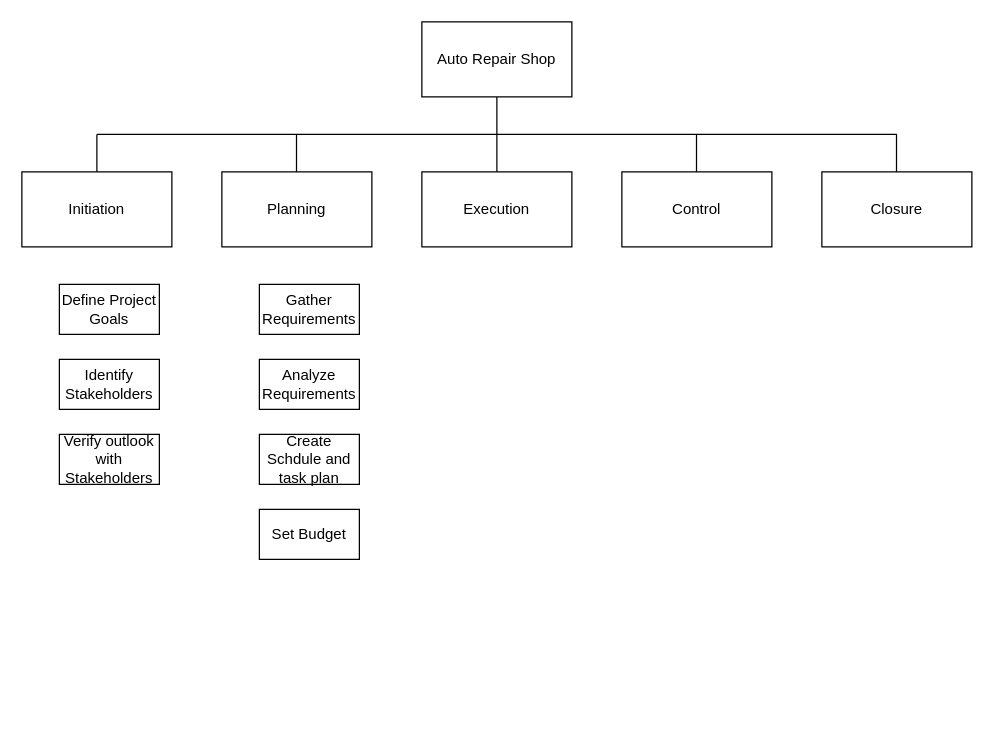
DylanBriSmith/4313Drawings keeps this draw.io diagram as Untitled Diagram.drawio. Above is the earlier version. Source tidied: cells renumbered, new cells numbered last; positions are measured from the earlier drawing's top-left corner, leaving out a move shared by most shapes. Both pictures are drawn from the tidied source at 125%, with x=0, y=0 at pixel (21, 21).
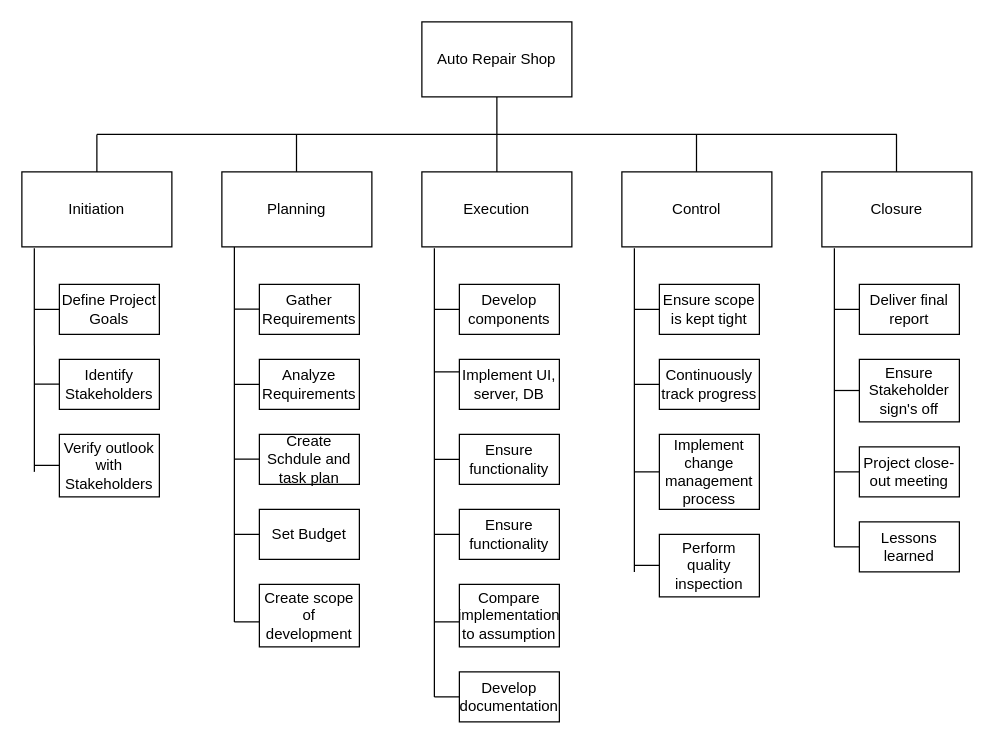
The same page after the edit.

The change refers to these unchanged cells:
```xml
<mxCell id="3" value="Initiation" style="rounded=0;whiteSpace=wrap;html=1;" parent="1" vertex="1">
  <mxGeometry y="120" width="120" height="60" as="geometry" />
</mxCell>
<mxCell id="15" value="Define Project Goals" style="rounded=0;whiteSpace=wrap;html=1;" parent="1" vertex="1">
  <mxGeometry x="30" y="210" width="80" height="40" as="geometry" />
</mxCell>
```

Change to the diagram source:
```diff
@@
     <mxCell id="21" value="Verify outlook with Stakeholders" style="rounded=0;whiteSpace=wrap;html=1;" parent="1" vertex="1">
-      <mxGeometry x="30" y="330" width="80" height="40" as="geometry" />
+      <mxGeometry x="30" y="330" width="80" height="50" as="geometry" />
     </mxCell>
+    <mxCell id="22" value="Create scope of development" style="rounded=0;whiteSpace=wrap;html=1;" parent="1" vertex="1">
+      <mxGeometry x="190" y="450" width="80" height="50" as="geometry" />
+    </mxCell>
+    <mxCell id="23" value="Develop components" style="rounded=0;whiteSpace=wrap;html=1;" parent="1" vertex="1">
+      <mxGeometry x="350" y="210" width="80" height="40" as="geometry" />
+    </mxCell>
+    <mxCell id="24" value="Implement UI, server, DB" style="rounded=0;whiteSpace=wrap;html=1;" parent="1" vertex="1">
+      <mxGeometry x="350" y="270" width="80" height="40" as="geometry" />
+    </mxCell>
+    <mxCell id="25" value="Ensure functionality" style="rounded=0;whiteSpace=wrap;html=1;" parent="1" vertex="1">
+      <mxGeometry x="350" y="330" width="80" height="40" as="geometry" />
+    </mxCell>
+    <mxCell id="26" value="Ensure functionality" style="rounded=0;whiteSpace=wrap;html=1;" parent="1" vertex="1">
+      <mxGeometry x="350" y="390" width="80" height="40" as="geometry" />
+    </mxCell>
+    <mxCell id="27" value="Compare implementation to assumption" style="rounded=0;whiteSpace=wrap;html=1;" parent="1" vertex="1">
+      <mxGeometry x="350" y="450" width="80" height="50" as="geometry" />
+    </mxCell>
+    <mxCell id="28" value="Develop documentation" style="rounded=0;whiteSpace=wrap;html=1;" parent="1" vertex="1">
+      <mxGeometry x="350" y="520" width="80" height="40" as="geometry" />
+    </mxCell>
+    <mxCell id="29" value="Ensure scope is kept tight" style="rounded=0;whiteSpace=wrap;html=1;" parent="1" vertex="1">
+      <mxGeometry x="510" y="210" width="80" height="40" as="geometry" />
+    </mxCell>
+    <mxCell id="30" value="Continuously track progress" style="rounded=0;whiteSpace=wrap;html=1;" parent="1" vertex="1">
+      <mxGeometry x="510" y="270" width="80" height="40" as="geometry" />
+    </mxCell>
+    <mxCell id="31" value="Implement change management process" style="rounded=0;whiteSpace=wrap;html=1;" parent="1" vertex="1">
+      <mxGeometry x="510" y="330" width="80" height="60" as="geometry" />
+    </mxCell>
+    <mxCell id="32" value="Perform quality inspection" style="rounded=0;whiteSpace=wrap;html=1;" parent="1" vertex="1">
+      <mxGeometry x="510" y="410" width="80" height="50" as="geometry" />
+    </mxCell>
+    <mxCell id="33" value="Deliver final report" style="rounded=0;whiteSpace=wrap;html=1;" parent="1" vertex="1">
+      <mxGeometry x="670" y="210" width="80" height="40" as="geometry" />
+    </mxCell>
+    <mxCell id="34" value="Ensure Stakeholder sign's off" style="rounded=0;whiteSpace=wrap;html=1;" parent="1" vertex="1">
+      <mxGeometry x="670" y="270" width="80" height="50" as="geometry" />
+    </mxCell>
+    <mxCell id="35" value="Project close-out meeting" style="rounded=0;whiteSpace=wrap;html=1;" parent="1" vertex="1">
+      <mxGeometry x="670" y="340" width="80" height="40" as="geometry" />
+    </mxCell>
+    <mxCell id="36" value="Lessons learned" style="rounded=0;whiteSpace=wrap;html=1;" parent="1" vertex="1">
+      <mxGeometry x="670" y="400" width="80" height="40" as="geometry" />
+    </mxCell>
+    <mxCell id="37" style="endArrow=none;html=1;rounded=0;entryX=0.083;entryY=1.017;entryDx=0;entryDy=0;entryPerimeter=0;" parent="1" edge="1" target="3">
+      <mxGeometry relative="1" as="geometry">
+        <mxPoint x="10" y="360" as="sourcePoint" />
+      </mxGeometry>
+    </mxCell>
+    <mxCell id="38" style="endArrow=none;html=1;rounded=0;entryX=0.083;entryY=1.017;entryDx=0;entryDy=0;entryPerimeter=0;" parent="1" edge="1">
+      <mxGeometry relative="1" as="geometry">
+        <mxPoint x="170" y="480" as="sourcePoint" />
+        <mxPoint x="170" y="180" as="targetPoint" />
+      </mxGeometry>
+    </mxCell>
+    <mxCell id="39" style="endArrow=none;html=1;rounded=0;entryX=0.083;entryY=1.017;entryDx=0;entryDy=0;entryPerimeter=0;" parent="1" edge="1">
+      <mxGeometry relative="1" as="geometry">
+        <mxPoint x="330" y="540" as="sourcePoint" />
+        <mxPoint x="330" y="181" as="targetPoint" />
+      </mxGeometry>
+    </mxCell>
+    <mxCell id="40" style="endArrow=none;html=1;rounded=0;entryX=0.083;entryY=1.017;entryDx=0;entryDy=0;entryPerimeter=0;" parent="1" edge="1">
+      <mxGeometry relative="1" as="geometry">
+        <mxPoint x="490" y="440" as="sourcePoint" />
+        <mxPoint x="490" y="181" as="targetPoint" />
+      </mxGeometry>
+    </mxCell>
+    <mxCell id="41" style="endArrow=none;html=1;rounded=0;entryX=0.083;entryY=1.017;entryDx=0;entryDy=0;entryPerimeter=0;" parent="1" edge="1">
+      <mxGeometry relative="1" as="geometry">
+        <mxPoint x="650" y="420" as="sourcePoint" />
+        <mxPoint x="650" y="181" as="targetPoint" />
+      </mxGeometry>
+    </mxCell>
+    <mxCell id="42" style="endArrow=none;html=1;rounded=0;entryX=0;entryY=0.5;entryDx=0;entryDy=0;" parent="1" edge="1" target="15">
+      <mxGeometry relative="1" as="geometry">
+        <mxPoint x="10" y="230" as="sourcePoint" />
+      </mxGeometry>
+    </mxCell>
+    <mxCell id="43" style="endArrow=none;html=1;rounded=0;entryX=0;entryY=0.5;entryDx=0;entryDy=0;" parent="1" edge="1">
+      <mxGeometry relative="1" as="geometry">
+        <mxPoint x="10" y="289.8" as="sourcePoint" />
+        <mxPoint x="30" y="289.8" as="targetPoint" />
+      </mxGeometry>
+    </mxCell>
+    <mxCell id="44" style="endArrow=none;html=1;rounded=0;entryX=0;entryY=0.5;entryDx=0;entryDy=0;" parent="1" edge="1">
+      <mxGeometry relative="1" as="geometry">
+        <mxPoint x="10" y="354.8" as="sourcePoint" />
+        <mxPoint x="30" y="354.8" as="targetPoint" />
+      </mxGeometry>
+    </mxCell>
+    <mxCell id="45" style="endArrow=none;html=1;rounded=0;entryX=0;entryY=0.5;entryDx=0;entryDy=0;" parent="1" edge="1">
+      <mxGeometry relative="1" as="geometry">
+        <mxPoint x="170" y="229.8" as="sourcePoint" />
+        <mxPoint x="190" y="229.8" as="targetPoint" />
+      </mxGeometry>
+    </mxCell>
+    <mxCell id="46" style="endArrow=none;html=1;rounded=0;entryX=0;entryY=0.5;entryDx=0;entryDy=0;" parent="1" edge="1">
+      <mxGeometry relative="1" as="geometry">
+        <mxPoint x="170" y="290" as="sourcePoint" />
+        <mxPoint x="190" y="290" as="targetPoint" />
+      </mxGeometry>
+    </mxCell>
+    <mxCell id="47" style="endArrow=none;html=1;rounded=0;entryX=0;entryY=0.5;entryDx=0;entryDy=0;" parent="1" edge="1">
+      <mxGeometry relative="1" as="geometry">
+        <mxPoint x="170" y="349.8" as="sourcePoint" />
+        <mxPoint x="190" y="349.8" as="targetPoint" />
+      </mxGeometry>
+    </mxCell>
+    <mxCell id="48" style="endArrow=none;html=1;rounded=0;entryX=0;entryY=0.5;entryDx=0;entryDy=0;" parent="1" edge="1">
+      <mxGeometry relative="1" as="geometry">
+        <mxPoint x="170" y="410" as="sourcePoint" />
+        <mxPoint x="190" y="410" as="targetPoint" />
+      </mxGeometry>
+    </mxCell>
+    <mxCell id="49" style="endArrow=none;html=1;rounded=0;entryX=0;entryY=0.5;entryDx=0;entryDy=0;" parent="1" edge="1">
+      <mxGeometry relative="1" as="geometry">
+        <mxPoint x="330" y="230" as="sourcePoint" />
+        <mxPoint x="350" y="230" as="targetPoint" />
+      </mxGeometry>
+    </mxCell>
+    <mxCell id="50" style="endArrow=none;html=1;rounded=0;entryX=0;entryY=0.5;entryDx=0;entryDy=0;" parent="1" edge="1">
+      <mxGeometry relative="1" as="geometry">
+        <mxPoint x="330" y="280" as="sourcePoint" />
+        <mxPoint x="350" y="280" as="targetPoint" />
+      </mxGeometry>
+    </mxCell>
+    <mxCell id="51" style="endArrow=none;html=1;rounded=0;entryX=0;entryY=0.5;entryDx=0;entryDy=0;" parent="1" edge="1">
+      <mxGeometry relative="1" as="geometry">
+        <mxPoint x="330" y="350" as="sourcePoint" />
+        <mxPoint x="350" y="350" as="targetPoint" />
+      </mxGeometry>
+    </mxCell>
+    <mxCell id="52" style="endArrow=none;html=1;rounded=0;entryX=0;entryY=0.5;entryDx=0;entryDy=0;" parent="1" edge="1">
+      <mxGeometry relative="1" as="geometry">
+        <mxPoint x="330" y="410" as="sourcePoint" />
+        <mxPoint x="350" y="410" as="targetPoint" />
+      </mxGeometry>
+    </mxCell>
+    <mxCell id="53" style="endArrow=none;html=1;rounded=0;entryX=0;entryY=0.5;entryDx=0;entryDy=0;" parent="1" edge="1">
+      <mxGeometry relative="1" as="geometry">
+        <mxPoint x="330" y="480" as="sourcePoint" />
+        <mxPoint x="350" y="480" as="targetPoint" />
+      </mxGeometry>
+    </mxCell>
+    <mxCell id="54" style="endArrow=none;html=1;rounded=0;entryX=0;entryY=0.5;entryDx=0;entryDy=0;" parent="1" edge="1">
+      <mxGeometry relative="1" as="geometry">
+        <mxPoint x="170" y="480" as="sourcePoint" />
+        <mxPoint x="190" y="480" as="targetPoint" />
+      </mxGeometry>
+    </mxCell>
+    <mxCell id="55" style="endArrow=none;html=1;rounded=0;entryX=0;entryY=0.5;entryDx=0;entryDy=0;" parent="1" edge="1">
+      <mxGeometry relative="1" as="geometry">
+        <mxPoint x="330" y="540" as="sourcePoint" />
+        <mxPoint x="350" y="540" as="targetPoint" />
+      </mxGeometry>
+    </mxCell>
+    <mxCell id="56" style="endArrow=none;html=1;rounded=0;entryX=0;entryY=0.5;entryDx=0;entryDy=0;" parent="1" edge="1">
+      <mxGeometry relative="1" as="geometry">
+        <mxPoint x="490" y="230" as="sourcePoint" />
+        <mxPoint x="510" y="230" as="targetPoint" />
+      </mxGeometry>
+    </mxCell>
+    <mxCell id="57" style="endArrow=none;html=1;rounded=0;entryX=0;entryY=0.5;entryDx=0;entryDy=0;" parent="1" edge="1">
+      <mxGeometry relative="1" as="geometry">
+        <mxPoint x="490" y="290" as="sourcePoint" />
+        <mxPoint x="510" y="290" as="targetPoint" />
+      </mxGeometry>
+    </mxCell>
+    <mxCell id="58" style="endArrow=none;html=1;rounded=0;entryX=0;entryY=0.5;entryDx=0;entryDy=0;" parent="1" edge="1">
+      <mxGeometry relative="1" as="geometry">
+        <mxPoint x="490" y="360" as="sourcePoint" />
+        <mxPoint x="510" y="360" as="targetPoint" />
+      </mxGeometry>
+    </mxCell>
+    <mxCell id="59" style="endArrow=none;html=1;rounded=0;entryX=0;entryY=0.5;entryDx=0;entryDy=0;" parent="1" edge="1">
+      <mxGeometry relative="1" as="geometry">
+        <mxPoint x="490" y="434.8" as="sourcePoint" />
+        <mxPoint x="510" y="434.8" as="targetPoint" />
+      </mxGeometry>
+    </mxCell>
+    <mxCell id="60" style="endArrow=none;html=1;rounded=0;entryX=0;entryY=0.5;entryDx=0;entryDy=0;" parent="1" edge="1">
+      <mxGeometry relative="1" as="geometry">
+        <mxPoint x="650" y="230" as="sourcePoint" />
+        <mxPoint x="670" y="230" as="targetPoint" />
+      </mxGeometry>
+    </mxCell>
+    <mxCell id="61" style="endArrow=none;html=1;rounded=0;entryX=0;entryY=0.5;entryDx=0;entryDy=0;" parent="1" edge="1">
+      <mxGeometry relative="1" as="geometry">
+        <mxPoint x="650" y="294.9" as="sourcePoint" />
+        <mxPoint x="670" y="294.9" as="targetPoint" />
+      </mxGeometry>
+    </mxCell>
+    <mxCell id="62" style="endArrow=none;html=1;rounded=0;entryX=0;entryY=0.5;entryDx=0;entryDy=0;" parent="1" edge="1">
+      <mxGeometry relative="1" as="geometry">
+        <mxPoint x="650" y="360" as="sourcePoint" />
+        <mxPoint x="670" y="360" as="targetPoint" />
+      </mxGeometry>
+    </mxCell>
+    <mxCell id="63" style="endArrow=none;html=1;rounded=0;entryX=0;entryY=0.5;entryDx=0;entryDy=0;" parent="1" edge="1">
+      <mxGeometry relative="1" as="geometry">
+        <mxPoint x="650" y="420" as="sourcePoint" />
+        <mxPoint x="670" y="420" as="targetPoint" />
+      </mxGeometry>
+    </mxCell>
```
